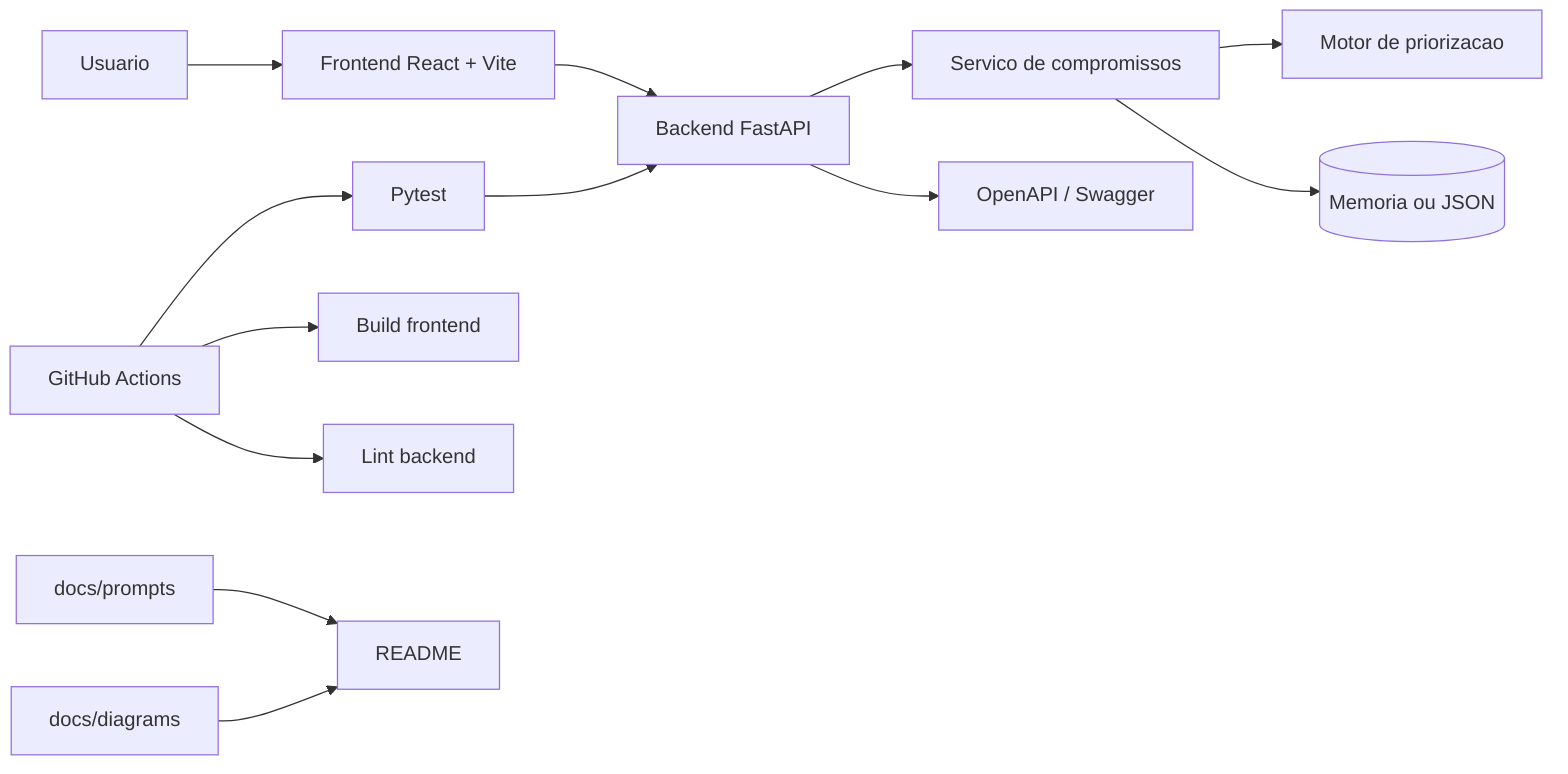
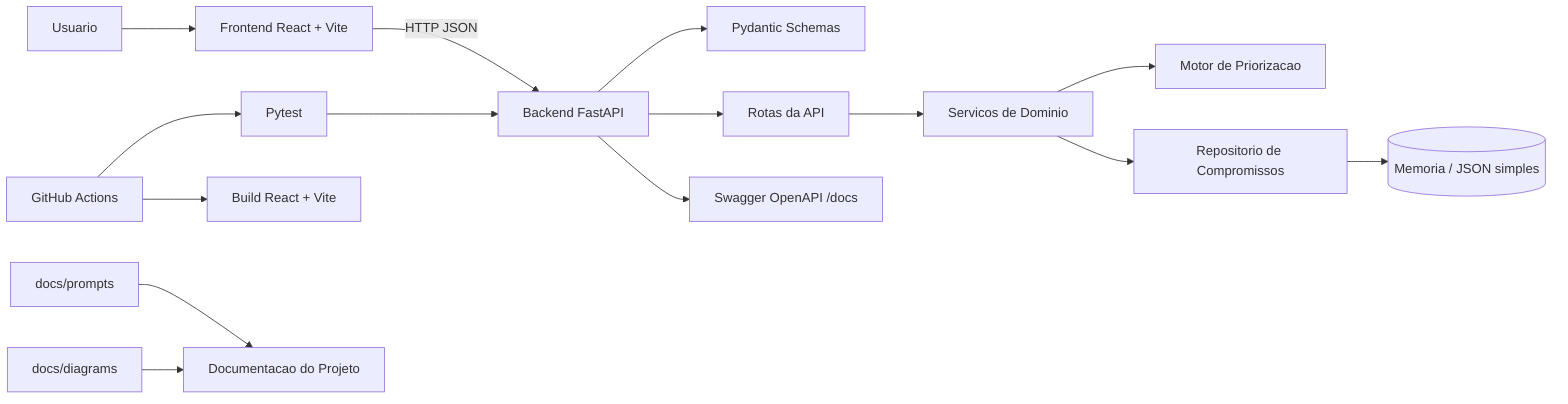
flowchart LR
-     Usuario[Usuario] --> Frontend[Frontend React + Vite]
-     Frontend --> API[Backend FastAPI]
-     API --> Service[Servico de compromissos]
-     Service --> Prioridade[Motor de priorizacao]
-     Service --> Storage[(Memoria ou JSON)]
+     User[Usuario] --> UI[Frontend React + Vite]

-     API --> Swagger[OpenAPI / Swagger]
+     UI -->|HTTP JSON| API[Backend FastAPI]
+     API --> Schemas[Pydantic Schemas]
+     API --> Routes[Rotas da API]
+     Routes --> Services[Servicos de Dominio]
+     Services --> Priority[Motor de Priorizacao]
+     Services --> Repository[Repositorio de Compromissos]
+     Repository --> Storage[(Memoria / JSON simples)]
+ 
+     API --> OpenAPI[Swagger OpenAPI /docs]
    Tests[Pytest] --> API
    CI[GitHub Actions] --> Tests
-     CI --> BuildFrontend[Build frontend]
-     CI --> LintBackend[Lint backend]
+     CI --> Build[Build React + Vite]

-     Prompts[docs/prompts] --> README[README]
-     Diagrams[docs/diagrams] --> README
+     Prompts[docs/prompts] --> Docs[Documentacao do Projeto]
+     Diagrams[docs/diagrams] --> Docs
